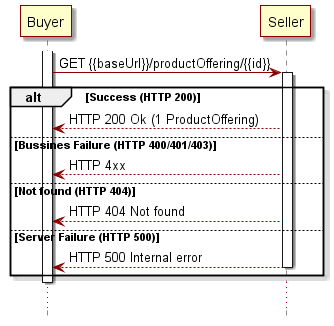
Above: documentation/productApi/catalog/media/retrieveProductOfferingById-seqFlow.png in MEF-GIT/MEF-LSO-Sonata-SDK (PlantUML), before the change.
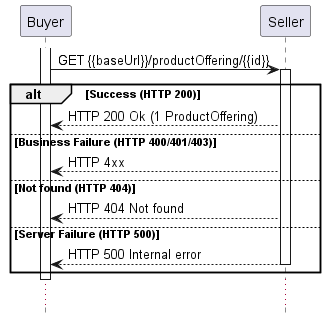
After the change.

Diff of the diagram source:
```diff
@@ -1,21 +1,7 @@
 @startuml
-skinparam {
-participantBorderColor DarkRed
-participantBorderThickness 1
-participantBackgroundColor BUSINESS
 
-LifeLineBorderColor DarkRed
-LifeLineBackgroundColor DarkRed
 
-databaseBorderColor Grey
-databaseBorderThickness 1
 
-shadowing true
-RoundCorner 0
-LineColor DarkRed
-ArrowColor DarkRed
-ArrowThickness 1
-}
 
 hide footbox
 
@@ -26,7 +12,7 @@
 b -> s++: GET {{baseUrl}}/productOffering/{{id}}
 alt Success (HTTP 200)
 b <-- s: HTTP 200 Ok (1 ProductOffering)
-else Bussines Failure (HTTP 400/401/403)
+else Business Failure (HTTP 400/401/403)
 b <-- s: HTTP 4xx
 else Not found (HTTP 404)
 b <-- s: HTTP 404 Not found
```
